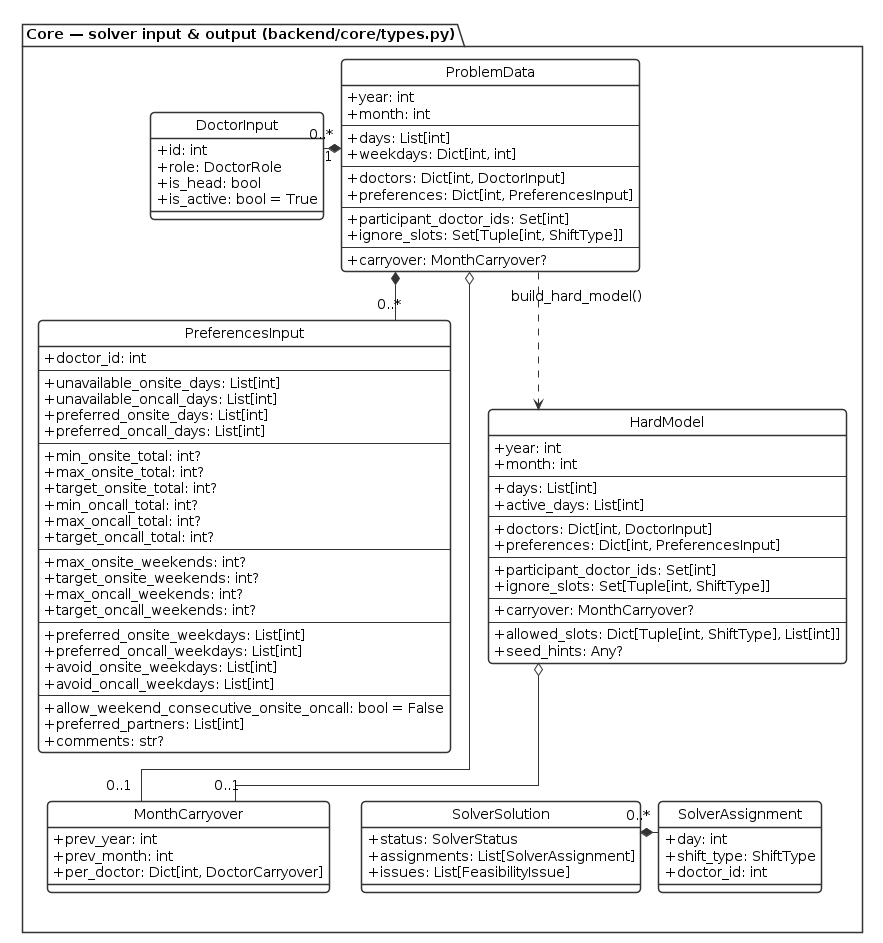
orlvann/MEDSHED keeps this PlantUML diagram as docs/diagrams/export/core_classes_full2.png. Above is the earlier version. Its source is kept beside it as docs/diagrams/src/core_classes_full2.puml. The source it was exported from:
```plantuml
@startuml core_classes_full2

hide circle
skinparam Shadowing false
skinparam RoundCorner 8
skinparam ClassAttributeIconSize 0
skinparam DefaultFontName Arial
skinparam DefaultFontSize 14
skinparam ArrowColor #333333
skinparam LineColor #333333
skinparam PackageBorderColor #333333
skinparam PackageBackgroundColor #FFFFFF
skinparam ClassBorderColor #333333
skinparam ClassBackgroundColor #FFFFFF
skinparam ObjectBorderColor #333333
skinparam ObjectBackgroundColor #FFFFFF
skinparam NoteBackgroundColor #FFFFFF
skinparam NoteBorderColor #333333
skinparam BackgroundColor #FFFFFF
skinparam RectangleBackgroundColor #FFFFFF
skinparam RectangleBorderColor #333333

top to bottom direction
skinparam linetype ortho
skinparam ranksep 30
skinparam nodesep 18

package "Core — solver input & output (backend/core/types.py)" {

  class DoctorInput {
    +id: int
    +role: DoctorRole
    +is_head: bool
    +is_active: bool = True
  }

  class PreferencesInput {
    +doctor_id: int
    --
    +unavailable_onsite_days: List[int]
    +unavailable_oncall_days: List[int]
    +preferred_onsite_days: List[int]
    +preferred_oncall_days: List[int]
    --
    +min_onsite_total: int?
    +max_onsite_total: int?
    +target_onsite_total: int?
    +min_oncall_total: int?
    +max_oncall_total: int?
    +target_oncall_total: int?
    --
    +max_onsite_weekends: int?
    +target_onsite_weekends: int?
    +max_oncall_weekends: int?
    +target_oncall_weekends: int?
    --
    +preferred_onsite_weekdays: List[int]
    +preferred_oncall_weekdays: List[int]
    +avoid_onsite_weekdays: List[int]
    +avoid_oncall_weekdays: List[int]
    --
    +allow_weekend_consecutive_onsite_oncall: bool = False
    +preferred_partners: List[int]
    +comments: str?
  }

  class ProblemData {
    +year: int
    +month: int
    --
    +days: List[int]
    +weekdays: Dict[int, int]
    --
    +doctors: Dict[int, DoctorInput]
    +preferences: Dict[int, PreferencesInput]
    --
    +participant_doctor_ids: Set[int]
    +ignore_slots: Set[Tuple[int, ShiftType]]
    --
    +carryover: MonthCarryover?
  }

  class MonthCarryover {
    +prev_year: int
    +prev_month: int
    +per_doctor: Dict[int, DoctorCarryover]
  }

  class HardModel {
    +year: int
    +month: int
    --
    +days: List[int]
    +active_days: List[int]
    --
    +doctors: Dict[int, DoctorInput]
    +preferences: Dict[int, PreferencesInput]
    --
    +participant_doctor_ids: Set[int]
    +ignore_slots: Set[Tuple[int, ShiftType]]
    --
    +carryover: MonthCarryover?
    --
    +allowed_slots: Dict[Tuple[int, ShiftType], List[int]]
    +seed_hints: Any?
  }

  together {
    class SolverSolution {
      +status: SolverStatus
      +assignments: List[SolverAssignment]
      +issues: List[FeasibilityIssue]
    }

    class SolverAssignment {
      +day: int
      +shift_type: ShiftType
      +doctor_id: int
    }
  }
}


ProblemData o-- "0..1" MonthCarryover

ProblemData "1" *--left-- "0..*" DoctorInput

ProblemData *-- "0..*" PreferencesInput

HardModel o-- "0..1" MonthCarryover
ProblemData ..> HardModel : build_hard_model()

SolverSolution *-- "0..*" SolverAssignment


DoctorInput -[hidden]right-> ProblemData

ProblemData -[hidden]down-> HardModel
HardModel  -[hidden]down-> SolverSolution

SolverSolution -[hidden]right-> SolverAssignment

@enduml
```
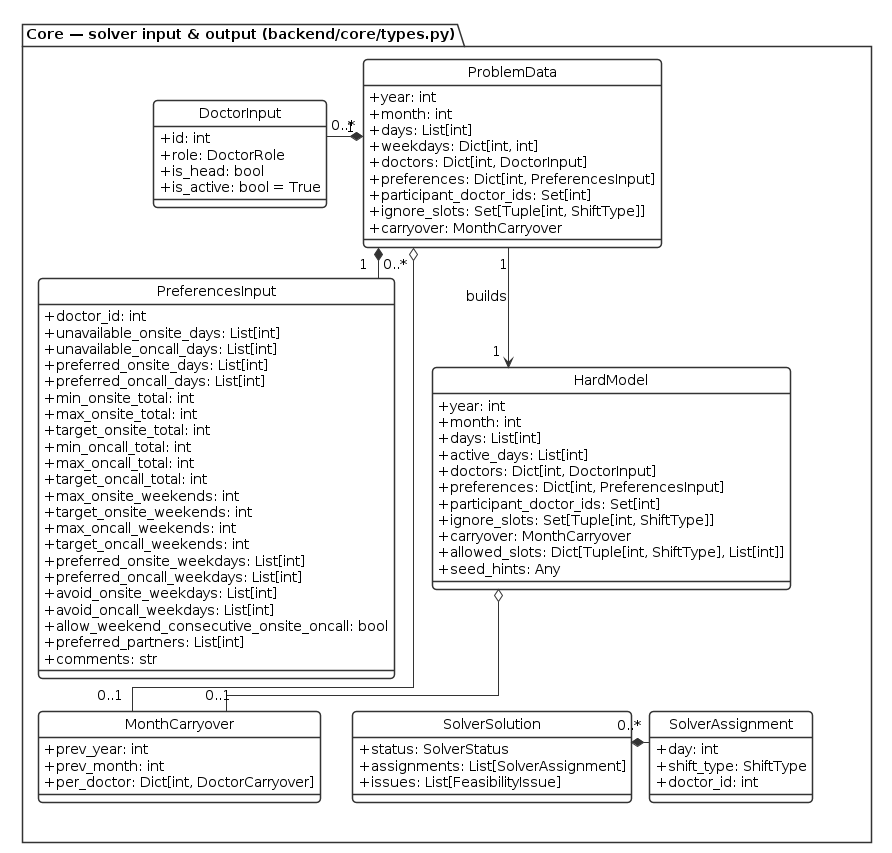
The same diagram one commit later.

Change to the diagram source:
```diff
@@ -36,48 +36,39 @@
 
   class PreferencesInput {
     +doctor_id: int
-    --
     +unavailable_onsite_days: List[int]
     +unavailable_oncall_days: List[int]
     +preferred_onsite_days: List[int]
     +preferred_oncall_days: List[int]
-    --
-    +min_onsite_total: int?
-    +max_onsite_total: int?
-    +target_onsite_total: int?
-    +min_oncall_total: int?
-    +max_oncall_total: int?
-    +target_oncall_total: int?
-    --
-    +max_onsite_weekends: int?
-    +target_onsite_weekends: int?
-    +max_oncall_weekends: int?
-    +target_oncall_weekends: int?
-    --
+    +min_onsite_total: int
+    +max_onsite_total: int
+    +target_onsite_total: int
+    +min_oncall_total: int
+    +max_oncall_total: int
+    +target_oncall_total: int
+    +max_onsite_weekends: int
+    +target_onsite_weekends: int
+    +max_oncall_weekends: int
+    +target_oncall_weekends: int
     +preferred_onsite_weekdays: List[int]
     +preferred_oncall_weekdays: List[int]
     +avoid_onsite_weekdays: List[int]
     +avoid_oncall_weekdays: List[int]
-    --
-    +allow_weekend_consecutive_onsite_oncall: bool = False
+    +allow_weekend_consecutive_onsite_oncall: bool
     +preferred_partners: List[int]
-    +comments: str?
+    +comments: str
   }
 
   class ProblemData {
     +year: int
     +month: int
-    --
     +days: List[int]
     +weekdays: Dict[int, int]
-    --
     +doctors: Dict[int, DoctorInput]
     +preferences: Dict[int, PreferencesInput]
-    --
     +participant_doctor_ids: Set[int]
     +ignore_slots: Set[Tuple[int, ShiftType]]
-    --
-    +carryover: MonthCarryover?
+    +carryover: MonthCarryover
   }
 
   class MonthCarryover {
@@ -89,20 +80,15 @@
   class HardModel {
     +year: int
     +month: int
-    --
     +days: List[int]
     +active_days: List[int]
-    --
     +doctors: Dict[int, DoctorInput]
     +preferences: Dict[int, PreferencesInput]
-    --
     +participant_doctor_ids: Set[int]
     +ignore_slots: Set[Tuple[int, ShiftType]]
-    --
-    +carryover: MonthCarryover?
-    --
+    +carryover: MonthCarryover
     +allowed_slots: Dict[Tuple[int, ShiftType], List[int]]
-    +seed_hints: Any?
+    +seed_hints: Any
   }
 
   together {
@@ -125,19 +111,21 @@
 
 ProblemData "1" *--left-- "0..*" DoctorInput
 
-ProblemData *-- "0..*" PreferencesInput
+ProblemData "1" *-- "0..*" PreferencesInput
 
 HardModel o-- "0..1" MonthCarryover
-ProblemData ..> HardModel : build_hard_model()
+ProblemData "1" --> "1" HardModel : builds
 
 SolverSolution *-- "0..*" SolverAssignment
 
 
 DoctorInput -[hidden]right-> ProblemData
+DoctorInput -[hidden]right-> DoctorInput
 
 ProblemData -[hidden]down-> HardModel
 HardModel  -[hidden]down-> SolverSolution
 
 SolverSolution -[hidden]right-> SolverAssignment
+SolverAssignment -[hidden]right-> SolverAssignment
 
 @enduml
```
